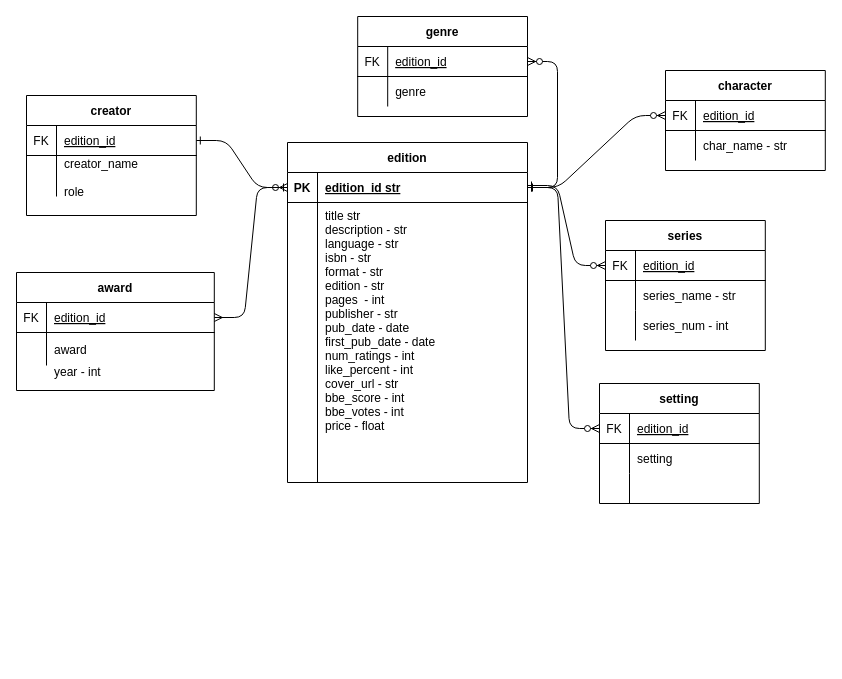
The draw.io diagram artifacts/books_db.drawio in codeslp/books_db, before the edit. Source tidied: cells renumbered, new cells numbered last; positions are measured from the earlier drawing's top-left corner, leaving out a move shared by most shapes. Both pictures are drawn from the tidied source at 100%, with x=0, y=0 at pixel (16, 16).
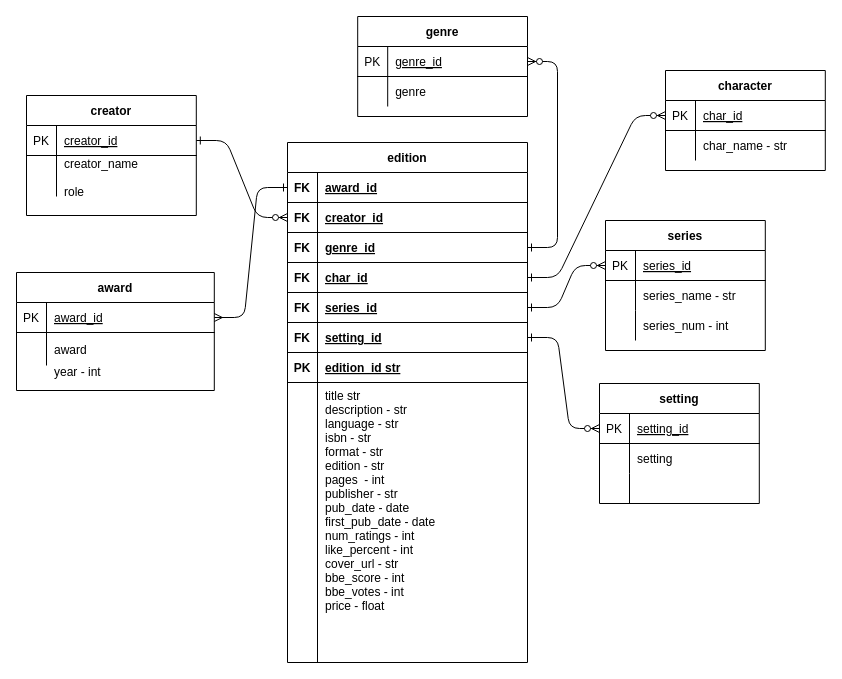
Above is the later version.

Unchanged cells that the change refers to:
```xml
<mxCell id="12" style="shape=partialRectangle;fillColor=none;points=[[0,0.5],[1,0.5]];portConstraint=eastwest;top=0;left=0;right=0;bottom=1;" parent="11" vertex="1">
  <mxGeometry y="30" width="159.8" height="30" as="geometry" />
</mxCell>
<mxCell id="22" style="shape=partialRectangle;fillColor=none;points=[[0,0.5],[1,0.5]];portConstraint=eastwest;top=0;left=0;right=0;bottom=1;" parent="21" vertex="1">
  <mxGeometry y="30" width="169.8" height="30" as="geometry" />
</mxCell>
<mxCell id="30" style="shape=partialRectangle;fillColor=none;points=[[0,0.5],[1,0.5]];portConstraint=eastwest;top=0;left=0;right=0;bottom=1;" parent="29" vertex="1">
  <mxGeometry y="30" width="169.8" height="30" as="geometry" />
</mxCell>
<mxCell id="38" style="shape=partialRectangle;fillColor=none;points=[[0,0.5],[1,0.5]];portConstraint=eastwest;top=0;left=0;right=0;bottom=1;" parent="37" vertex="1">
  <mxGeometry y="30" width="159.8" height="30" as="geometry" />
</mxCell>
<mxCell id="47" style="shape=partialRectangle;fillColor=none;points=[[0,0.5],[1,0.5]];portConstraint=eastwest;top=0;left=0;right=0;bottom=1;" parent="46" vertex="1">
  <mxGeometry y="30" width="197.8" height="30" as="geometry" />
</mxCell>
<mxCell id="55" style="shape=partialRectangle;fillColor=none;points=[[0,0.5],[1,0.5]];portConstraint=eastwest;top=0;left=0;right=0;bottom=1;" parent="54" vertex="1">
  <mxGeometry y="30" width="159.8" height="30" as="geometry" />
</mxCell>
```

The edit, as a diff of the source:
```diff
@@
-    <mxCell id="2" style="edgeStyle=entityRelationEdgeStyle;endArrow=ERzeroToMany;startArrow=ERone;endFill=1;startFill=0;entryX=0;entryY=0.5;entryDx=0;entryDy=0;exitX=1;exitY=0.5;exitDx=0;exitDy=0;" parent="1" edge="1" source="22" target="5">
+    <mxCell id="2" style="edgeStyle=entityRelationEdgeStyle;endArrow=ERzeroToMany;startArrow=ERone;endFill=1;startFill=0;entryX=0;entryY=0.5;entryDx=0;entryDy=0;exitX=1;exitY=0.5;exitDx=0;exitDy=0;" parent="1" edge="1" source="22" target="68">
       <mxGeometry relative="1" as="geometry" />
     </mxCell>
-    <mxCell id="3" style="edgeStyle=entityRelationEdgeStyle;endArrow=ERzeroToMany;startArrow=ERone;endFill=1;startFill=0;entryX=0;entryY=0.5;entryDx=0;entryDy=0;exitX=1;exitY=0.5;exitDx=0;exitDy=0;" parent="1" edge="1" source="5" target="55">
+    <mxCell id="3" style="edgeStyle=entityRelationEdgeStyle;endArrow=ERzeroToMany;startArrow=ERone;endFill=1;startFill=0;entryX=0;entryY=0.5;entryDx=0;entryDy=0;exitX=1;exitY=0.5;exitDx=0;exitDy=0;" parent="1" edge="1" source="80" target="55">
       <mxGeometry relative="1" as="geometry" />
     </mxCell>
     <mxCell id="4" value="edition" style="shape=table;startSize=30;childLayout=tableLayout;rowLines=0;fontStyle=1;align=center;" parent="1" vertex="1">
-      <mxGeometry x="271" y="126" width="240" height="340" as="geometry" />
+      <mxGeometry x="271" y="126" width="240" height="520" as="geometry" />
     </mxCell>
+    <mxCell id="65" style="shape=partialRectangle;fillColor=none;points=[[0,0.5],[1,0.5]];portConstraint=eastwest;top=0;left=0;right=0;bottom=1;" parent="4" vertex="1">
+      <mxGeometry y="30" width="240" height="30" as="geometry" />
+    </mxCell>
+    <mxCell id="66" value="FK" style="shape=partialRectangle;overflow=hidden;fillColor=none;top=0;left=0;bottom=0;right=0;fontStyle=1;" parent="65" vertex="1">
+      <mxGeometry width="30" height="30" as="geometry" />
+    </mxCell>
+    <mxCell id="67" value="award_id" style="shape=partialRectangle;overflow=hidden;fillColor=none;top=0;left=0;bottom=0;right=0;align=left;spacingLeft=6;fontStyle=5;" parent="65" vertex="1">
+      <mxGeometry x="30" width="210" height="30" as="geometry" />
+    </mxCell>
+    <mxCell id="68" style="shape=partialRectangle;fillColor=none;points=[[0,0.5],[1,0.5]];portConstraint=eastwest;top=0;left=0;right=0;bottom=1;" parent="4" vertex="1">
+      <mxGeometry y="60" width="240" height="30" as="geometry" />
+    </mxCell>
+    <mxCell id="69" value="FK" style="shape=partialRectangle;overflow=hidden;fillColor=none;top=0;left=0;bottom=0;right=0;fontStyle=1;" parent="68" vertex="1">
+      <mxGeometry width="30" height="30" as="geometry" />
+    </mxCell>
+    <mxCell id="70" value="creator_id" style="shape=partialRectangle;overflow=hidden;fillColor=none;top=0;left=0;bottom=0;right=0;align=left;spacingLeft=6;fontStyle=5;" parent="68" vertex="1">
+      <mxGeometry x="30" width="210" height="30" as="geometry" />
+    </mxCell>
+    <mxCell id="71" style="shape=partialRectangle;fillColor=none;points=[[0,0.5],[1,0.5]];portConstraint=eastwest;top=0;left=0;right=0;bottom=1;" parent="4" vertex="1">
+      <mxGeometry y="90" width="240" height="30" as="geometry" />
+    </mxCell>
+    <mxCell id="72" value="FK" style="shape=partialRectangle;overflow=hidden;fillColor=none;top=0;left=0;bottom=0;right=0;fontStyle=1;" parent="71" vertex="1">
+      <mxGeometry width="30" height="30" as="geometry" />
+    </mxCell>
+    <mxCell id="73" value="genre_id" style="shape=partialRectangle;overflow=hidden;fillColor=none;top=0;left=0;bottom=0;right=0;align=left;spacingLeft=6;fontStyle=5;" parent="71" vertex="1">
+      <mxGeometry x="30" width="210" height="30" as="geometry" />
+    </mxCell>
+    <mxCell id="74" style="shape=partialRectangle;fillColor=none;points=[[0,0.5],[1,0.5]];portConstraint=eastwest;top=0;left=0;right=0;bottom=1;" parent="4" vertex="1">
+      <mxGeometry y="120" width="240" height="30" as="geometry" />
+    </mxCell>
+    <mxCell id="75" value="FK" style="shape=partialRectangle;overflow=hidden;fillColor=none;top=0;left=0;bottom=0;right=0;fontStyle=1;" parent="74" vertex="1">
+      <mxGeometry width="30" height="30" as="geometry" />
+    </mxCell>
+    <mxCell id="76" value="char_id" style="shape=partialRectangle;overflow=hidden;fillColor=none;top=0;left=0;bottom=0;right=0;align=left;spacingLeft=6;fontStyle=5;" parent="74" vertex="1">
+      <mxGeometry x="30" width="210" height="30" as="geometry" />
+    </mxCell>
+    <mxCell id="77" style="shape=partialRectangle;fillColor=none;points=[[0,0.5],[1,0.5]];portConstraint=eastwest;top=0;left=0;right=0;bottom=1;" parent="4" vertex="1">
+      <mxGeometry y="150" width="240" height="30" as="geometry" />
+    </mxCell>
+    <mxCell id="78" value="FK" style="shape=partialRectangle;overflow=hidden;fillColor=none;top=0;left=0;bottom=0;right=0;fontStyle=1;" parent="77" vertex="1">
+      <mxGeometry width="30" height="30" as="geometry" />
+    </mxCell>
+    <mxCell id="79" value="series_id" style="shape=partialRectangle;overflow=hidden;fillColor=none;top=0;left=0;bottom=0;right=0;align=left;spacingLeft=6;fontStyle=5;" parent="77" vertex="1">
+      <mxGeometry x="30" width="210" height="30" as="geometry" />
+    </mxCell>
+    <mxCell id="80" style="shape=partialRectangle;fillColor=none;points=[[0,0.5],[1,0.5]];portConstraint=eastwest;top=0;left=0;right=0;bottom=1;" parent="4" vertex="1">
+      <mxGeometry y="180" width="240" height="30" as="geometry" />
+    </mxCell>
+    <mxCell id="81" value="FK" style="shape=partialRectangle;overflow=hidden;fillColor=none;top=0;left=0;bottom=0;right=0;fontStyle=1;" parent="80" vertex="1">
+      <mxGeometry width="30" height="30" as="geometry" />
+    </mxCell>
+    <mxCell id="82" value="setting_id" style="shape=partialRectangle;overflow=hidden;fillColor=none;top=0;left=0;bottom=0;right=0;align=left;spacingLeft=6;fontStyle=5;" parent="80" vertex="1">
+      <mxGeometry x="30" width="210" height="30" as="geometry" />
+    </mxCell>
     <mxCell id="5" style="shape=partialRectangle;fillColor=none;points=[[0,0.5],[1,0.5]];portConstraint=eastwest;top=0;left=0;right=0;bottom=1;" parent="4" vertex="1">
-      <mxGeometry y="30" width="240" height="30" as="geometry" />
+      <mxGeometry y="210" width="240" height="30" as="geometry" />
     </mxCell>
@@
     <mxCell id="8" style="shape=partialRectangle;fillColor=none;top=0;left=0;right=0;bottom=0;" parent="4" vertex="1">
-      <mxGeometry y="60" width="240" height="280" as="geometry" />
+      <mxGeometry y="240" width="240" height="280" as="geometry" />
     </mxCell>
@@
-    <mxCell id="13" value="FK" style="shape=partialRectangle;overflow=hidden;fillColor=none;top=0;left=0;bottom=0;right=0;fontStyle=0;" parent="12" vertex="1">
+    <mxCell id="13" value="PK" style="shape=partialRectangle;overflow=hidden;fillColor=none;top=0;left=0;bottom=0;right=0;fontStyle=0;" parent="12" vertex="1">
       <mxGeometry width="30" height="30" as="geometry" />
     </mxCell>
-    <mxCell id="14" value="edition_id" style="shape=partialRectangle;overflow=hidden;fillColor=none;top=0;left=0;bottom=0;right=0;align=left;spacingLeft=6;fontStyle=4;" parent="12" vertex="1">
+    <mxCell id="14" value="series_id" style="shape=partialRectangle;overflow=hidden;fillColor=none;top=0;left=0;bottom=0;right=0;align=left;spacingLeft=6;fontStyle=4;" parent="12" vertex="1">
       <mxGeometry x="30" width="129.8" height="30" as="geometry" />
     </mxCell>
@@
-    <mxCell id="23" value="FK" style="shape=partialRectangle;overflow=hidden;fillColor=none;top=0;left=0;bottom=0;right=0;fontStyle=0;" parent="22" vertex="1">
+    <mxCell id="23" value="PK" style="shape=partialRectangle;overflow=hidden;fillColor=none;top=0;left=0;bottom=0;right=0;fontStyle=0;" parent="22" vertex="1">
       <mxGeometry width="30" height="30" as="geometry" />
     </mxCell>
-    <mxCell id="24" value="edition_id" style="shape=partialRectangle;overflow=hidden;fillColor=none;top=0;left=0;bottom=0;right=0;align=left;spacingLeft=6;fontStyle=4;" parent="22" vertex="1">
+    <mxCell id="24" value="creator_id" style="shape=partialRectangle;overflow=hidden;fillColor=none;top=0;left=0;bottom=0;right=0;align=left;spacingLeft=6;fontStyle=4;" parent="22" vertex="1">
       <mxGeometry x="30" width="139.8" height="30" as="geometry" />
     </mxCell>
@@
-    <mxCell id="28" style="edgeStyle=entityRelationEdgeStyle;endArrow=ERone;startArrow=ERmany;endFill=0;startFill=0;entryX=0;entryY=0.5;entryDx=0;entryDy=0;exitX=1;exitY=0.5;exitDx=0;exitDy=0;" parent="1" edge="1" source="47" target="5">
+    <mxCell id="28" style="edgeStyle=entityRelationEdgeStyle;endArrow=ERone;startArrow=ERmany;endFill=0;startFill=0;exitX=1;exitY=0.5;exitDx=0;exitDy=0;" parent="1" edge="1" source="47" target="65">
       <mxGeometry relative="1" as="geometry" />
     </mxCell>
@@
-    <mxCell id="31" value="FK" style="shape=partialRectangle;overflow=hidden;fillColor=none;top=0;left=0;bottom=0;right=0;fontStyle=0;" parent="30" vertex="1">
+    <mxCell id="31" value="PK" style="shape=partialRectangle;overflow=hidden;fillColor=none;top=0;left=0;bottom=0;right=0;fontStyle=0;" parent="30" vertex="1">
       <mxGeometry width="30" height="30" as="geometry" />
     </mxCell>
-    <mxCell id="32" value="edition_id" style="shape=partialRectangle;overflow=hidden;fillColor=none;top=0;left=0;bottom=0;right=0;align=left;spacingLeft=6;fontStyle=4;" parent="30" vertex="1">
+    <mxCell id="32" value="genre_id" style="shape=partialRectangle;overflow=hidden;fillColor=none;top=0;left=0;bottom=0;right=0;align=left;spacingLeft=6;fontStyle=4;" parent="30" vertex="1">
       <mxGeometry x="30" width="139.8" height="30" as="geometry" />
     </mxCell>
@@
-    <mxCell id="36" style="edgeStyle=entityRelationEdgeStyle;endArrow=ERzeroToMany;startArrow=ERone;endFill=1;startFill=0;entryX=1;entryY=0.5;entryDx=0;entryDy=0;exitX=1;exitY=0.5;exitDx=0;exitDy=0;" parent="1" edge="1" source="5" target="30">
+    <mxCell id="36" style="edgeStyle=entityRelationEdgeStyle;endArrow=ERzeroToMany;startArrow=ERone;endFill=1;startFill=0;entryX=1;entryY=0.5;entryDx=0;entryDy=0;" parent="1" edge="1" source="71" target="30">
       <mxGeometry relative="1" as="geometry" />
     </mxCell>
@@
-    <mxCell id="39" value="FK" style="shape=partialRectangle;overflow=hidden;fillColor=none;top=0;left=0;bottom=0;right=0;fontStyle=0;" parent="38" vertex="1">
+    <mxCell id="39" value="PK" style="shape=partialRectangle;overflow=hidden;fillColor=none;top=0;left=0;bottom=0;right=0;fontStyle=0;" parent="38" vertex="1">
       <mxGeometry width="30" height="30" as="geometry" />
     </mxCell>
-    <mxCell id="40" value="edition_id" style="shape=partialRectangle;overflow=hidden;fillColor=none;top=0;left=0;bottom=0;right=0;align=left;spacingLeft=6;fontStyle=4;" parent="38" vertex="1">
+    <mxCell id="40" value="char_id" style="shape=partialRectangle;overflow=hidden;fillColor=none;top=0;left=0;bottom=0;right=0;align=left;spacingLeft=6;fontStyle=4;" parent="38" vertex="1">
       <mxGeometry x="30" width="129.8" height="30" as="geometry" />
     </mxCell>
@@
-    <mxCell id="44" style="edgeStyle=entityRelationEdgeStyle;endArrow=ERzeroToMany;startArrow=ERone;endFill=1;startFill=0;entryX=0;entryY=0.5;entryDx=0;entryDy=0;" parent="1" edge="1" target="38">
-      <mxGeometry relative="1" as="geometry">
-        <mxPoint x="512" y="171" as="sourcePoint" />
-      </mxGeometry>
+    <mxCell id="44" style="edgeStyle=entityRelationEdgeStyle;endArrow=ERzeroToMany;startArrow=ERone;endFill=1;startFill=0;entryX=0;entryY=0.5;entryDx=0;entryDy=0;exitX=1;exitY=0.5;exitDx=0;exitDy=0;" parent="1" edge="1" source="74" target="38">
+      <mxGeometry relative="1" as="geometry" />
     </mxCell>
@@
-    <mxCell id="48" value="FK" style="shape=partialRectangle;overflow=hidden;fillColor=none;top=0;left=0;bottom=0;right=0;fontStyle=0;" parent="47" vertex="1">
+    <mxCell id="48" value="PK" style="shape=partialRectangle;overflow=hidden;fillColor=none;top=0;left=0;bottom=0;right=0;fontStyle=0;" parent="47" vertex="1">
       <mxGeometry width="30" height="30" as="geometry" />
     </mxCell>
-    <mxCell id="49" value="edition_id" style="shape=partialRectangle;overflow=hidden;fillColor=none;top=0;left=0;bottom=0;right=0;align=left;spacingLeft=6;fontStyle=4;" parent="47" vertex="1">
+    <mxCell id="49" value="award_id" style="shape=partialRectangle;overflow=hidden;fillColor=none;top=0;left=0;bottom=0;right=0;align=left;spacingLeft=6;fontStyle=4;" parent="47" vertex="1">
       <mxGeometry x="30" width="167.8" height="30" as="geometry" />
     </mxCell>
@@
-    <mxCell id="56" value="FK" style="shape=partialRectangle;overflow=hidden;fillColor=none;top=0;left=0;bottom=0;right=0;fontStyle=0;" parent="55" vertex="1">
+    <mxCell id="56" value="PK" style="shape=partialRectangle;overflow=hidden;fillColor=none;top=0;left=0;bottom=0;right=0;fontStyle=0;" parent="55" vertex="1">
       <mxGeometry width="30" height="30" as="geometry" />
     </mxCell>
-    <mxCell id="57" value="edition_id" style="shape=partialRectangle;overflow=hidden;fillColor=none;top=0;left=0;bottom=0;right=0;align=left;spacingLeft=6;fontStyle=4;" parent="55" vertex="1">
+    <mxCell id="57" value="setting_id" style="shape=partialRectangle;overflow=hidden;fillColor=none;top=0;left=0;bottom=0;right=0;align=left;spacingLeft=6;fontStyle=4;" parent="55" vertex="1">
       <mxGeometry x="30" width="129.8" height="30" as="geometry" />
     </mxCell>
@@
-    <mxCell id="64" style="edgeStyle=entityRelationEdgeStyle;endArrow=ERzeroToMany;startArrow=ERone;endFill=1;startFill=0;entryX=0;entryY=0.5;entryDx=0;entryDy=0;" parent="1" edge="1" target="12">
-      <mxGeometry relative="1" as="geometry">
-        <mxPoint x="511" y="169" as="sourcePoint" />
-      </mxGeometry>
+    <mxCell id="64" style="edgeStyle=entityRelationEdgeStyle;endArrow=ERzeroToMany;startArrow=ERone;endFill=1;startFill=0;entryX=0;entryY=0.5;entryDx=0;entryDy=0;exitX=1;exitY=0.5;exitDx=0;exitDy=0;" parent="1" edge="1" source="77" target="12">
+      <mxGeometry relative="1" as="geometry" />
     </mxCell>
```
